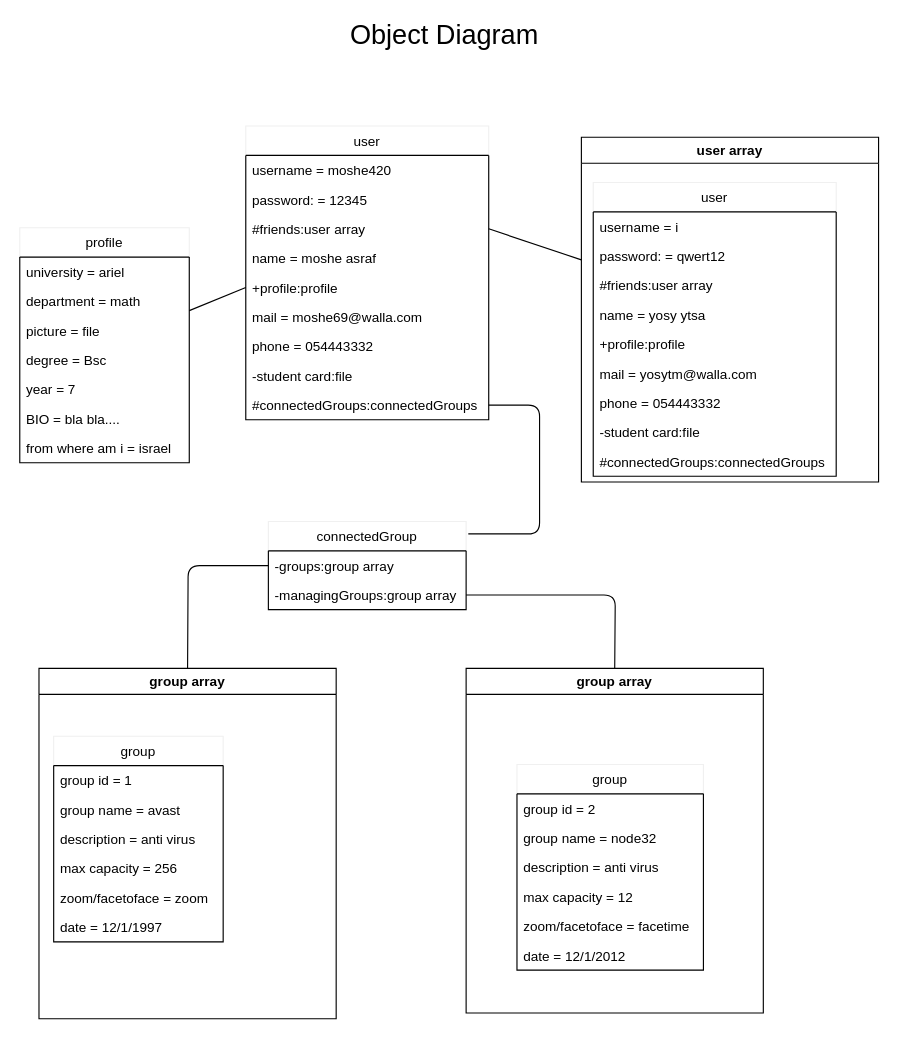
Earlier version of the draw.io diagram documents/objectDiagram.drawio (nadavsuissa/WeStudent). Source tidied: cells renumbered, new cells numbered last; positions are measured from the earlier drawing's top-left corner, leaving out a move shared by most shapes. Both pictures are drawn from the tidied source at 113%, with x=0, y=0 at pixel (19, 24).
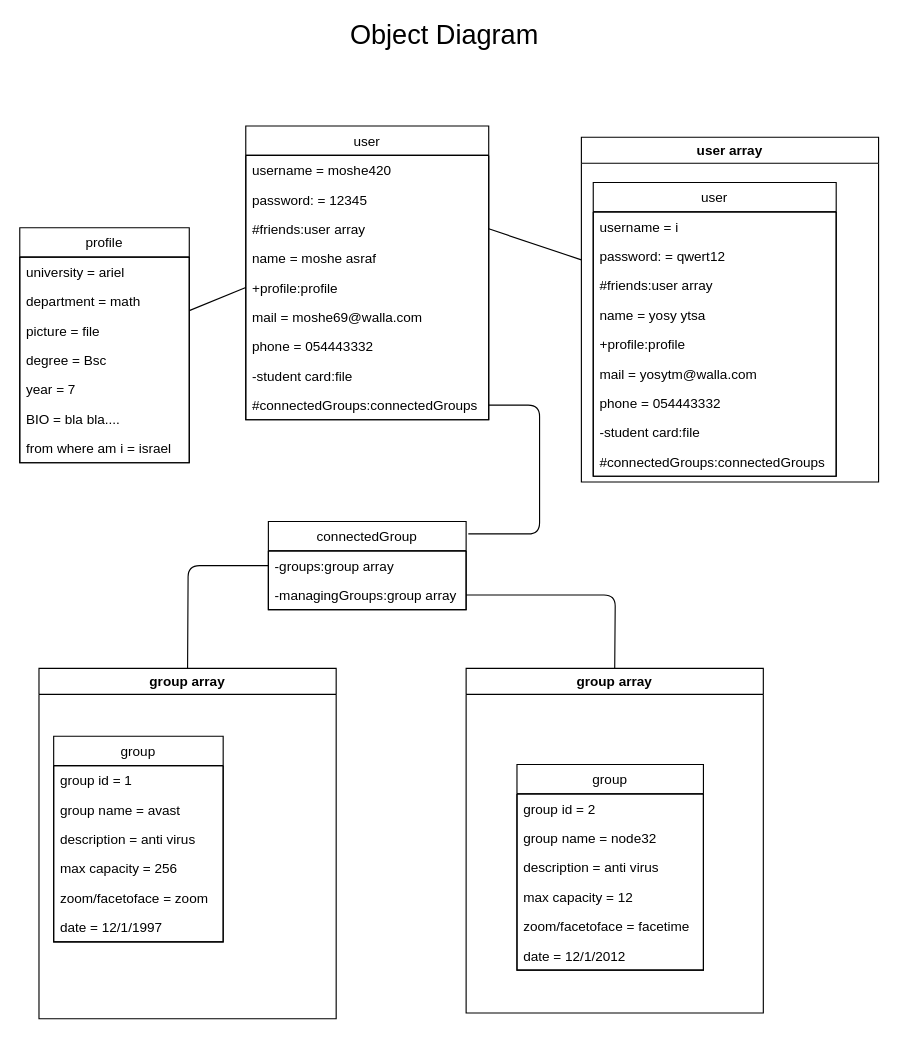
The same page after the edit.

The change refers to these unchanged cells:
```xml
<mxCell id="14" value="user array" style="swimlane;" parent="1" vertex="1">
  <mxGeometry x="497" y="100" width="263" height="305" as="geometry" />
</mxCell>
<mxCell id="41" value="group array" style="swimlane;" parent="1" vertex="1">
  <mxGeometry x="17" y="570" width="263" height="310" as="geometry" />
</mxCell>
<mxCell id="50" value="group array" style="swimlane;" parent="1" vertex="1">
  <mxGeometry x="395" y="570" width="263" height="305" as="geometry" />
</mxCell>
```

What changed in the source:
```diff
@@
-    <mxCell id="2" value="user" style="swimlane;fontStyle=0;horizontal=1;startSize=26;rounded=0;shadow=0;glass=0;comic=0;sketch=0;strokeColor=#f0f0f0;fillColor=none;gradientColor=none;verticalAlign=top;" parent="1" vertex="1">
+    <mxCell id="2" value="user" style="swimlane;fontStyle=0;horizontal=1;startSize=26;rounded=0;shadow=0;glass=0;comic=0;sketch=0;verticalAlign=top;" parent="1" vertex="1">
       <mxGeometry x="200" y="90" width="215" height="260" as="geometry" />
     </mxCell>
@@
-    <mxCell id="15" value="user" style="swimlane;fontStyle=0;horizontal=1;startSize=26;rounded=0;shadow=0;glass=0;comic=0;sketch=0;strokeColor=#f0f0f0;fillColor=none;gradientColor=none;verticalAlign=top;" parent="14" vertex="1">
+    <mxCell id="15" value="user" style="swimlane;fontStyle=0;horizontal=1;startSize=26;rounded=0;shadow=0;glass=0;comic=0;sketch=0;verticalAlign=top;" parent="14" vertex="1">
       <mxGeometry x="10.5" y="40" width="215" height="260" as="geometry" />
     </mxCell>
@@
-    <mxCell id="26" value="profile" style="swimlane;fontStyle=0;horizontal=1;startSize=26;rounded=0;shadow=0;glass=0;comic=0;sketch=0;strokeColor=#f0f0f0;fillColor=none;gradientColor=none;verticalAlign=top;" parent="1" vertex="1">
+    <mxCell id="26" value="profile" style="swimlane;fontStyle=0;horizontal=1;startSize=26;rounded=0;shadow=0;glass=0;comic=0;sketch=0;verticalAlign=top;" parent="1" vertex="1">
       <mxGeometry y="180" width="150" height="208" as="geometry" />
     </mxCell>
@@
-    <mxCell id="36" value="connectedGroup" style="swimlane;fontStyle=0;horizontal=1;startSize=26;rounded=0;shadow=0;glass=0;comic=0;sketch=0;strokeColor=#f0f0f0;fillColor=none;gradientColor=none;verticalAlign=top;" parent="1" vertex="1">
+    <mxCell id="36" value="connectedGroup" style="swimlane;fontStyle=0;horizontal=1;startSize=26;rounded=0;shadow=0;glass=0;comic=0;sketch=0;verticalAlign=top;" parent="1" vertex="1">
       <mxGeometry x="220" y="440" width="175" height="78" as="geometry" />
     </mxCell>
@@
-    <mxCell id="42" value="group" style="swimlane;fontStyle=0;horizontal=1;startSize=26;rounded=0;shadow=0;glass=0;comic=0;sketch=0;strokeColor=#f0f0f0;fillColor=none;gradientColor=none;verticalAlign=top;" parent="41" vertex="1">
+    <mxCell id="42" value="group" style="swimlane;fontStyle=0;horizontal=1;startSize=26;rounded=0;shadow=0;glass=0;comic=0;sketch=0;verticalAlign=top;" parent="41" vertex="1">
       <mxGeometry x="13" y="60" width="150" height="182" as="geometry" />
     </mxCell>
@@
-    <mxCell id="51" value="group" style="swimlane;fontStyle=0;horizontal=1;startSize=26;rounded=0;shadow=0;glass=0;comic=0;sketch=0;strokeColor=#f0f0f0;fillColor=none;gradientColor=none;verticalAlign=top;" parent="50" vertex="1">
+    <mxCell id="51" value="group" style="swimlane;fontStyle=0;horizontal=1;startSize=26;rounded=0;shadow=0;glass=0;comic=0;sketch=0;verticalAlign=top;" parent="50" vertex="1">
       <mxGeometry x="45" y="85" width="165" height="182" as="geometry" />
     </mxCell>
```
